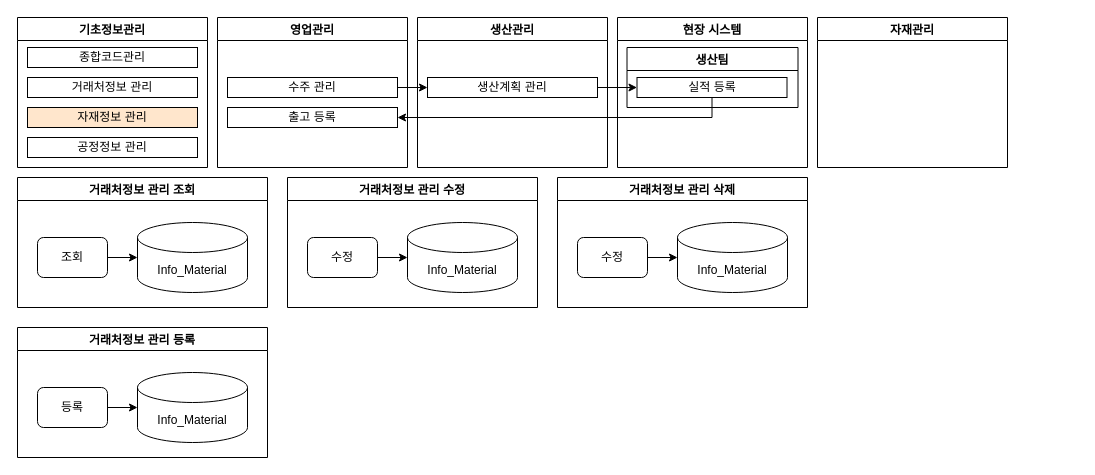
Earlier version of the draw.io diagram page "자재정보 관리" (3 of 9) of 00. 설계/모듈 설계.drawio (QYnote/MES). Source tidied: cells renumbered, new cells numbered last; positions are measured from the earlier drawing's top-left corner, leaving out a move shared by most shapes. Both pictures are drawn from the tidied source at 100%, with x=0, y=0 at pixel (17, 17).
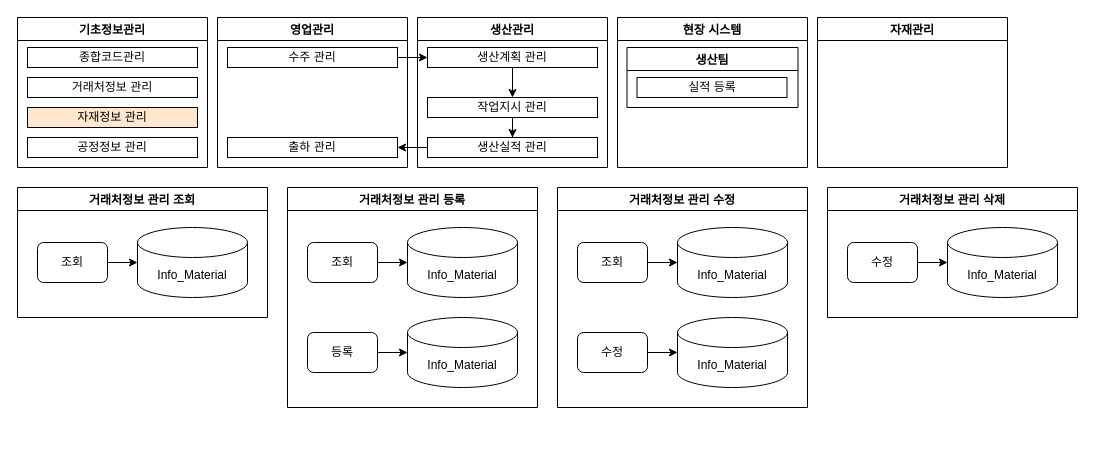
The same page after the edit.

The change refers to these unchanged cells:
```xml
<mxCell id="30" value="기초정보관리" style="swimlane;" parent="1" vertex="1">
  <mxGeometry width="190" height="150" as="geometry" />
</mxCell>
```

Diff of the diagram source:
```diff
@@
-    <mxCell id="2" value="영업관리" style="swimlane;" parent="1" vertex="1">
-      <mxGeometry x="200" width="190" height="150" as="geometry" />
-    </mxCell>
-    <mxCell id="3" value="수주 관리" style="rounded=0;whiteSpace=wrap;html=1;fillColor=#FFFFFF;" parent="2" vertex="1">
-      <mxGeometry x="10" y="60" width="170" height="20" as="geometry" />
-    </mxCell>
-    <mxCell id="4" value="출고 등록" style="rounded=0;whiteSpace=wrap;html=1;" parent="2" vertex="1">
-      <mxGeometry x="10" y="90" width="170" height="20" as="geometry" />
-    </mxCell>
-    <mxCell id="5" value="생산관리" style="swimlane;" parent="1" vertex="1">
-      <mxGeometry x="400" width="190" height="150" as="geometry" />
-    </mxCell>
-    <mxCell id="6" value="생산계획 관리" style="rounded=0;whiteSpace=wrap;html=1;fillColor=#FFFFFF;" parent="5" vertex="1">
-      <mxGeometry x="10" y="60" width="170" height="20" as="geometry" />
-    </mxCell>
-    <mxCell id="7" value="현장 시스템" style="swimlane;" parent="1" vertex="1">
-      <mxGeometry x="600" width="190" height="150" as="geometry" />
-    </mxCell>
-    <mxCell id="8" value="생산팀" style="swimlane;" parent="7" vertex="1">
-      <mxGeometry x="9.5" y="30" width="171" height="60" as="geometry" />
-    </mxCell>
-    <mxCell id="9" value="실적 등록" style="rounded=0;whiteSpace=wrap;html=1;fillColor=#FFFFFF;" parent="8" vertex="1">
-      <mxGeometry x="10" y="30" width="150" height="20" as="geometry" />
-    </mxCell>
-    <mxCell id="10" value="자재관리" style="swimlane;" parent="1" vertex="1">
-      <mxGeometry x="800" width="190" height="150" as="geometry" />
-    </mxCell>
-    <mxCell id="11" style="edgeStyle=orthogonalEdgeStyle;rounded=0;jettySize=auto;html=1;" parent="1" edge="1" source="3" target="6">
-      <mxGeometry relative="1" as="geometry" />
-    </mxCell>
-    <mxCell id="12" style="edgeStyle=orthogonalEdgeStyle;rounded=0;jettySize=auto;html=1;" parent="1" edge="1" source="6" target="9">
-      <mxGeometry relative="1" as="geometry" />
-    </mxCell>
-    <mxCell id="13" style="edgeStyle=orthogonalEdgeStyle;rounded=0;jettySize=auto;html=1;" parent="1" edge="1" source="9" target="4">
-      <mxGeometry relative="1" as="geometry">
-        <Array as="points">
-          <mxPoint x="695" y="100" />
-        </Array>
-      </mxGeometry>
-    </mxCell>
     <mxCell id="14" value="거래처정보 관리 조회" style="swimlane;fillColor=#FFFFFF;" parent="1" vertex="1">
-      <mxGeometry y="160" width="250" height="130" as="geometry" />
+      <mxGeometry y="170" width="250" height="130" as="geometry" />
     </mxCell>
     <mxCell id="15" value="Info_Material" style="shape=cylinder3;whiteSpace=wrap;html=1;boundedLbl=1;backgroundOutline=1;size=15;fillColor=#ffffff;" parent="14" vertex="1">
-      <mxGeometry x="120" y="45" width="110" height="70" as="geometry" />
+      <mxGeometry x="120" y="40" width="110" height="70" as="geometry" />
     </mxCell>
@@
     <mxCell id="17" value="조회" style="rounded=1;whiteSpace=wrap;html=1;fillColor=#ffffff;" parent="14" vertex="1">
-      <mxGeometry x="20" y="60" width="70" height="40" as="geometry" />
+      <mxGeometry x="20" y="55" width="70" height="40" as="geometry" />
     </mxCell>
     <mxCell id="18" value="거래처정보 관리 등록" style="swimlane;fillColor=#FFFFFF;" parent="1" vertex="1">
-      <mxGeometry y="310" width="250" height="130" as="geometry" />
+      <mxGeometry x="270" y="170" width="250" height="220" as="geometry" />
     </mxCell>
     <mxCell id="19" value="Info_Material" style="shape=cylinder3;whiteSpace=wrap;html=1;boundedLbl=1;backgroundOutline=1;size=15;fillColor=#ffffff;" parent="18" vertex="1">
-      <mxGeometry x="120" y="45" width="110" height="70" as="geometry" />
+      <mxGeometry x="120" y="130" width="110" height="70" as="geometry" />
     </mxCell>
@@
     <mxCell id="21" value="등록" style="rounded=1;whiteSpace=wrap;html=1;fillColor=#ffffff;" parent="18" vertex="1">
-      <mxGeometry x="20" y="60" width="70" height="40" as="geometry" />
+      <mxGeometry x="20" y="145" width="70" height="40" as="geometry" />
     </mxCell>
+    <mxCell id="35" value="Info_Material" style="shape=cylinder3;whiteSpace=wrap;html=1;boundedLbl=1;backgroundOutline=1;size=15;fillColor=#ffffff;" parent="18" vertex="1">
+      <mxGeometry x="120" y="40" width="110" height="70" as="geometry" />
+    </mxCell>
+    <mxCell id="36" style="edgeStyle=orthogonalEdgeStyle;rounded=0;jettySize=auto;html=1;strokeColor=#000000;" parent="18" edge="1" source="37" target="35">
+      <mxGeometry relative="1" as="geometry" />
+    </mxCell>
+    <mxCell id="37" value="조회" style="rounded=1;whiteSpace=wrap;html=1;fillColor=#ffffff;" parent="18" vertex="1">
+      <mxGeometry x="20" y="55" width="70" height="40" as="geometry" />
+    </mxCell>
     <mxCell id="22" value="거래처정보 관리 수정" style="swimlane;fillColor=#FFFFFF;" parent="1" vertex="1">
-      <mxGeometry x="270" y="160" width="250" height="130" as="geometry" />
+      <mxGeometry x="540" y="170" width="250" height="220" as="geometry" />
     </mxCell>
     <mxCell id="23" value="Info_Material" style="shape=cylinder3;whiteSpace=wrap;html=1;boundedLbl=1;backgroundOutline=1;size=15;fillColor=#ffffff;" parent="22" vertex="1">
-      <mxGeometry x="120" y="45" width="110" height="70" as="geometry" />
+      <mxGeometry x="120" y="130" width="110" height="70" as="geometry" />
     </mxCell>
@@
     <mxCell id="25" value="수정" style="rounded=1;whiteSpace=wrap;html=1;fillColor=#ffffff;" parent="22" vertex="1">
-      <mxGeometry x="20" y="60" width="70" height="40" as="geometry" />
+      <mxGeometry x="20" y="145" width="70" height="40" as="geometry" />
     </mxCell>
+    <mxCell id="38" value="Info_Material" style="shape=cylinder3;whiteSpace=wrap;html=1;boundedLbl=1;backgroundOutline=1;size=15;fillColor=#ffffff;" parent="22" vertex="1">
+      <mxGeometry x="120" y="40" width="110" height="70" as="geometry" />
+    </mxCell>
+    <mxCell id="39" style="edgeStyle=orthogonalEdgeStyle;rounded=0;jettySize=auto;html=1;strokeColor=#000000;" parent="22" edge="1" source="40" target="38">
+      <mxGeometry relative="1" as="geometry" />
+    </mxCell>
+    <mxCell id="40" value="조회" style="rounded=1;whiteSpace=wrap;html=1;fillColor=#ffffff;" parent="22" vertex="1">
+      <mxGeometry x="20" y="55" width="70" height="40" as="geometry" />
+    </mxCell>
     <mxCell id="26" value="거래처정보 관리 삭제" style="swimlane;fillColor=#FFFFFF;" parent="1" vertex="1">
-      <mxGeometry x="540" y="160" width="250" height="130" as="geometry" />
+      <mxGeometry x="810" y="170" width="250" height="130" as="geometry" />
     </mxCell>
     <mxCell id="27" value="Info_Material" style="shape=cylinder3;whiteSpace=wrap;html=1;boundedLbl=1;backgroundOutline=1;size=15;fillColor=#ffffff;" parent="26" vertex="1">
-      <mxGeometry x="120" y="45" width="110" height="70" as="geometry" />
+      <mxGeometry x="120" y="40" width="110" height="70" as="geometry" />
     </mxCell>
@@
     <mxCell id="29" value="수정" style="rounded=1;whiteSpace=wrap;html=1;fillColor=#ffffff;" parent="26" vertex="1">
-      <mxGeometry x="20" y="60" width="70" height="40" as="geometry" />
+      <mxGeometry x="20" y="55" width="70" height="40" as="geometry" />
     </mxCell>
+    <mxCell id="2" value="영업관리" style="swimlane;" parent="1" vertex="1">
+      <mxGeometry x="200" width="190" height="150" as="geometry" />
+    </mxCell>
+    <mxCell id="3" value="수주 관리" style="rounded=0;whiteSpace=wrap;html=1;fillColor=#FFFFFF;" parent="2" vertex="1">
+      <mxGeometry x="10" y="30" width="170" height="20" as="geometry" />
+    </mxCell>
+    <mxCell id="41" value="출하 관리" style="rounded=0;whiteSpace=wrap;html=1;" parent="2" vertex="1">
+      <mxGeometry x="10" y="120" width="170" height="20" as="geometry" />
+    </mxCell>
+    <mxCell id="5" value="생산관리" style="swimlane;" parent="1" vertex="1">
+      <mxGeometry x="400" width="190" height="150" as="geometry" />
+    </mxCell>
+    <mxCell id="6" value="생산계획 관리" style="rounded=0;whiteSpace=wrap;html=1;fillColor=#FFFFFF;" parent="5" vertex="1">
+      <mxGeometry x="10" y="30" width="170" height="20" as="geometry" />
+    </mxCell>
+    <mxCell id="42" value="생산실적 관리" style="rounded=0;whiteSpace=wrap;html=1;fillColor=#FFFFFF;" parent="5" vertex="1">
+      <mxGeometry x="10" y="120" width="170" height="20" as="geometry" />
+    </mxCell>
+    <mxCell id="43" style="edgeStyle=orthogonalEdgeStyle;rounded=0;jettySize=auto;html=1;" parent="5" edge="1" source="6" target="45">
+      <mxGeometry relative="1" as="geometry" />
+    </mxCell>
+    <mxCell id="44" style="edgeStyle=orthogonalEdgeStyle;rounded=0;jettySize=auto;html=1;" parent="5" edge="1" source="45" target="42">
+      <mxGeometry relative="1" as="geometry" />
+    </mxCell>
+    <mxCell id="45" value="작업지시 관리" style="rounded=0;whiteSpace=wrap;html=1;fillColor=#FFFFFF;" parent="5" vertex="1">
+      <mxGeometry x="10" y="80" width="170" height="20" as="geometry" />
+    </mxCell>
+    <mxCell id="7" value="현장 시스템" style="swimlane;" parent="1" vertex="1">
+      <mxGeometry x="600" width="190" height="150" as="geometry" />
+    </mxCell>
+    <mxCell id="8" value="생산팀" style="swimlane;" parent="7" vertex="1">
+      <mxGeometry x="9.5" y="30" width="171" height="60" as="geometry" />
+    </mxCell>
+    <mxCell id="9" value="실적 등록" style="rounded=0;whiteSpace=wrap;html=1;fillColor=#FFFFFF;" parent="8" vertex="1">
+      <mxGeometry x="10" y="30" width="150" height="20" as="geometry" />
+    </mxCell>
+    <mxCell id="10" value="자재관리" style="swimlane;" parent="1" vertex="1">
+      <mxGeometry x="800" width="190" height="150" as="geometry" />
+    </mxCell>
+    <mxCell id="11" style="edgeStyle=orthogonalEdgeStyle;rounded=0;jettySize=auto;html=1;" parent="1" edge="1" source="3" target="6">
+      <mxGeometry relative="1" as="geometry" />
+    </mxCell>
@@
-    <mxCell id="32" value="거래처정보 관리" style="rounded=0;whiteSpace=wrap;html=1;fillColor=#FFFFFF;" parent="30" vertex="1">
+    <mxCell id="32" value="거래처정보 관리" style="rounded=0;whiteSpace=wrap;html=1;" parent="30" vertex="1">
       <mxGeometry x="10" y="60" width="170" height="20" as="geometry" />
     </mxCell>
@@
+    <mxCell id="46" style="edgeStyle=orthogonalEdgeStyle;rounded=0;jettySize=auto;html=1;" parent="1" edge="1" source="42" target="41">
+      <mxGeometry relative="1" as="geometry" />
+    </mxCell>
```
